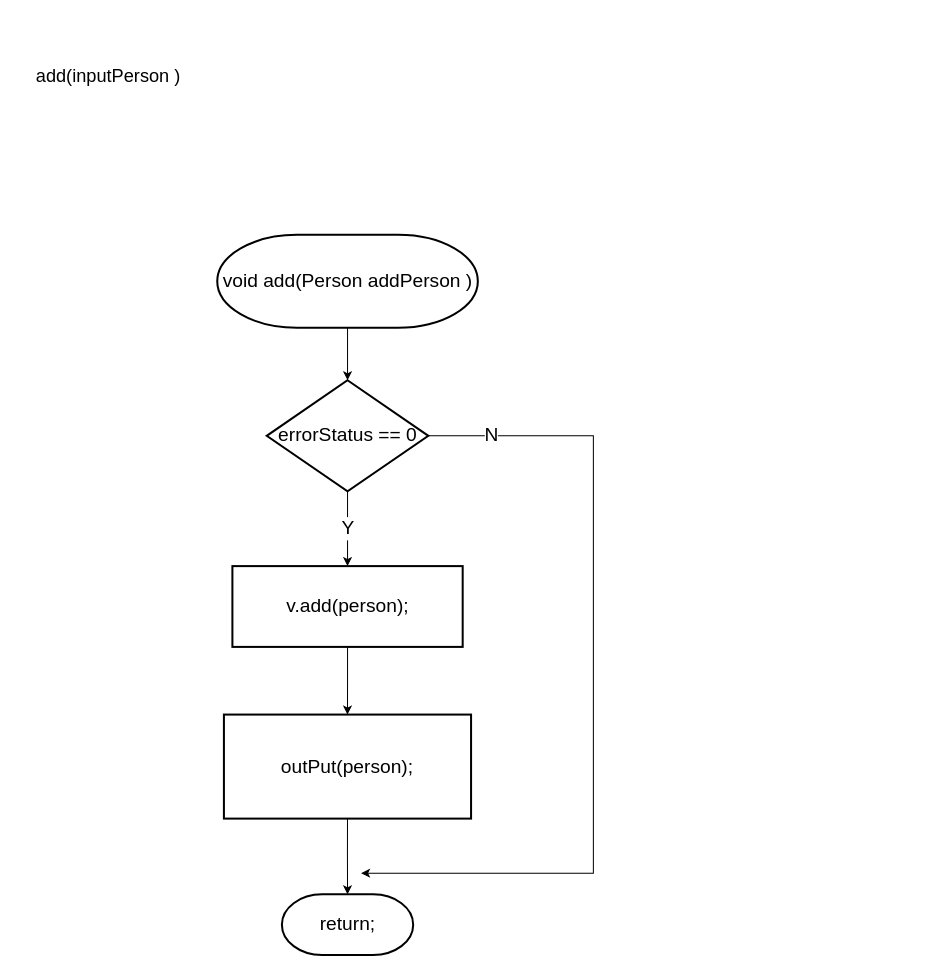
Above: 순서도/Add 기능 순서도_java.drawio in skatld123/PH_list_java (draw.io), before the change. Source tidied: cells renumbered, new cells numbered last; positions are measured from the earlier drawing's top-left corner, leaving out a move shared by most shapes. Both pictures are drawn from the tidied source at 101%, with x=0, y=0 at pixel (17, 39).
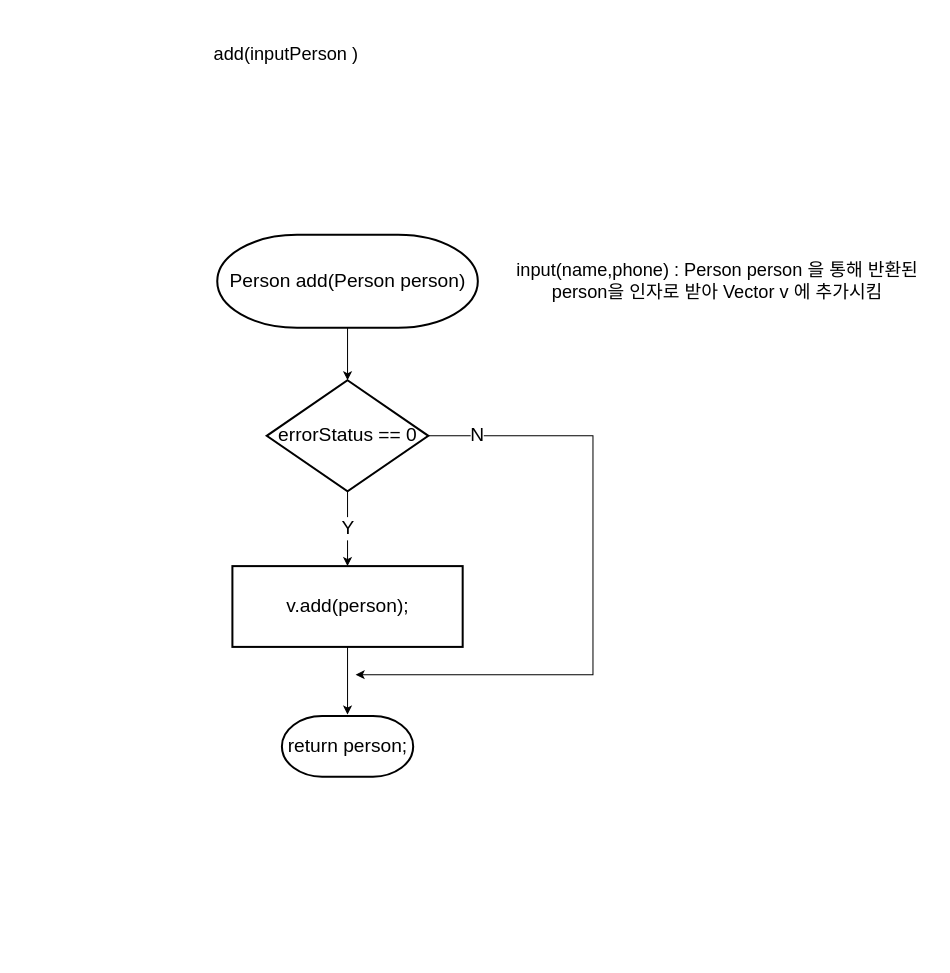
The same page after the edit.

Commit message:
Add 기능 순서도_java.drawio 업데이트

What changed in the source:
```diff
@@
 <mxGraphModel>
   <root>
     <mxCell id="0" />
     <mxCell id="1" parent="0" />
-    <mxCell id="2" style="edgeStyle=orthogonalEdgeStyle;rounded=0;jettySize=auto;html=1;fontSize=19;" parent="1" edge="1" source="3" target="12">
-      <mxGeometry relative="1" as="geometry" />
-    </mxCell>
-    <mxCell id="3" value="&lt;span style=&quot;text-align: left; font-size: 19px;&quot;&gt;void add(Person addPerson )&lt;/span&gt;" style="strokeWidth=2;html=1;shape=mxgraph.flowchart.terminator;whiteSpace=wrap;fontSize=19;" parent="1" vertex="1">
-      <mxGeometry x="197.6" y="193" width="258" height="92" as="geometry" />
-    </mxCell>
-    <mxCell id="4" value="return;" style="strokeWidth=2;html=1;shape=mxgraph.flowchart.terminator;whiteSpace=wrap;fontSize=19;" parent="1" vertex="1">
-      <mxGeometry x="261.6" y="846" width="130" height="60" as="geometry" />
-    </mxCell>
-    <mxCell id="5" style="edgeStyle=orthogonalEdgeStyle;rounded=0;jettySize=auto;html=1;exitX=0.5;exitY=1;exitDx=0;exitDy=0;entryX=0.5;entryY=0;entryDx=0;entryDy=0;entryPerimeter=0;fontSize=19;" parent="1" edge="1" source="6" target="4">
-      <mxGeometry relative="1" as="geometry" />
-    </mxCell>
-    <mxCell id="6" value="outPut(person);" style="rounded=1;whiteSpace=wrap;html=1;absoluteArcSize=1;arcSize=0;strokeWidth=2;fontSize=19;" parent="1" vertex="1">
-      <mxGeometry x="204.2" y="668" width="244.7" height="103" as="geometry" />
-    </mxCell>
-    <mxCell id="7" style="edgeStyle=orthogonalEdgeStyle;rounded=0;jettySize=auto;html=1;entryX=0.5;entryY=0;entryDx=0;entryDy=0;fontSize=19;" parent="1" edge="1" source="8" target="6">
-      <mxGeometry relative="1" as="geometry" />
-    </mxCell>
+    <mxCell id="9" value="&amp;nbsp;&lt;br style=&quot;font-size: 18px;&quot;&gt;add(&lt;span style=&quot;font-size: 18px;&quot;&gt;inputPerson&amp;nbsp;&lt;/span&gt;)" style="text;html=1;strokeColor=none;fillColor=none;align=center;verticalAlign=middle;whiteSpace=wrap;rounded=0;fontSize=18;" parent="1" vertex="1">
+      <mxGeometry x="175.6" y="-22" width="180" height="50" as="geometry" />
+    </mxCell>
+    <mxCell id="13" style="edgeStyle=orthogonalEdgeStyle;rounded=0;jettySize=auto;html=1;fontSize=19;" parent="1" edge="1" source="14" target="12">
+      <mxGeometry relative="1" as="geometry" />
+    </mxCell>
+    <mxCell id="14" value="&lt;span style=&quot;text-align: left ; font-size: 19px&quot;&gt;Person add(Person person)&lt;/span&gt;" style="strokeWidth=2;html=1;shape=mxgraph.flowchart.terminator;whiteSpace=wrap;fontSize=19;" parent="1" vertex="1">
+      <mxGeometry x="197.6" y="193" width="258" height="92" as="geometry" />
+    </mxCell>
+    <mxCell id="15" value="return person;" style="strokeWidth=2;html=1;shape=mxgraph.flowchart.terminator;whiteSpace=wrap;fontSize=19;" parent="1" vertex="1">
+      <mxGeometry x="261.6" y="669.5" width="130" height="60" as="geometry" />
+    </mxCell>
+    <mxCell id="16" style="edgeStyle=orthogonalEdgeStyle;rounded=0;jettySize=auto;html=1;entryX=0.5;entryY=0;entryDx=0;entryDy=0;fontSize=19;" parent="1" edge="1" source="8">
+      <mxGeometry relative="1" as="geometry">
+        <mxPoint x="326.6" y="668" as="targetPoint" />
+      </mxGeometry>
+    </mxCell>
     <mxCell id="8" value="&lt;p style=&quot;line-height: 140% ; font-size: 19px&quot;&gt;&lt;span style=&quot;font-size: 19px&quot;&gt;v.add(&lt;font face=&quot;helvetica&quot;&gt;person&lt;/font&gt;&lt;/span&gt;&lt;span style=&quot;font-size: 19px&quot;&gt;);&lt;/span&gt;&lt;br style=&quot;font-size: 19px&quot;&gt;&lt;/p&gt;" style="rounded=1;whiteSpace=wrap;html=1;absoluteArcSize=1;arcSize=0;strokeWidth=2;align=center;fontSize=19;" parent="1" vertex="1">
       <mxGeometry x="212.6" y="521" width="228" height="80" as="geometry" />
     </mxCell>
-    <mxCell id="9" value="&amp;nbsp;&lt;br style=&quot;font-size: 18px;&quot;&gt;add(&lt;span style=&quot;font-size: 18px;&quot;&gt;inputPerson&amp;nbsp;&lt;/span&gt;)" style="text;html=1;strokeColor=none;fillColor=none;align=center;verticalAlign=middle;whiteSpace=wrap;rounded=0;fontSize=18;" parent="1" vertex="1">
-      <mxGeometry width="180" height="50" as="geometry" />
-    </mxCell>
     <mxCell id="10" value="Y" style="edgeStyle=orthogonalEdgeStyle;rounded=0;jettySize=auto;html=1;entryX=0.5;entryY=0;entryDx=0;entryDy=0;fontSize=19;exitX=0.5;exitY=1;exitDx=0;exitDy=0;exitPerimeter=0;" parent="1" edge="1" source="12" target="8">
       <mxGeometry relative="1" as="geometry" />
     </mxCell>
     <mxCell id="11" value="N" style="edgeStyle=orthogonalEdgeStyle;rounded=0;jettySize=auto;html=1;exitX=1;exitY=0.5;exitDx=0;exitDy=0;exitPerimeter=0;fontSize=19;" parent="1" edge="1" source="12">
       <mxGeometry x="-0.85" relative="1" as="geometry">
-        <mxPoint x="340" y="825" as="targetPoint" />
+        <mxPoint x="334.6" y="628.5" as="targetPoint" />
         <Array as="points">
-          <mxPoint x="570" y="392" />
-          <mxPoint x="570" y="825" />
+          <mxPoint x="569.6" y="392.5" />
+          <mxPoint x="569.6" y="628.5" />
         </Array>
       </mxGeometry>
     </mxCell>
     <mxCell id="12" value="errorStatus == 0" style="strokeWidth=2;html=1;shape=mxgraph.flowchart.decision;whiteSpace=wrap;fontSize=19;" parent="1" vertex="1">
       <mxGeometry x="246.6" y="337" width="160" height="110" as="geometry" />
     </mxCell>
+    <mxCell id="17" value="input(name,phone) : Person person 을 통해 반환된 &lt;br&gt;person을 인자로 받아 Vector v 에 추가시킴" style="text;html=1;strokeColor=none;fillColor=none;align=center;verticalAlign=middle;whiteSpace=wrap;rounded=0;fontSize=18;" parent="1" vertex="1">
+      <mxGeometry x="478.6" y="176.5" width="428" height="125" as="geometry" />
+    </mxCell>
   </root>
 </mxGraphModel>
```
